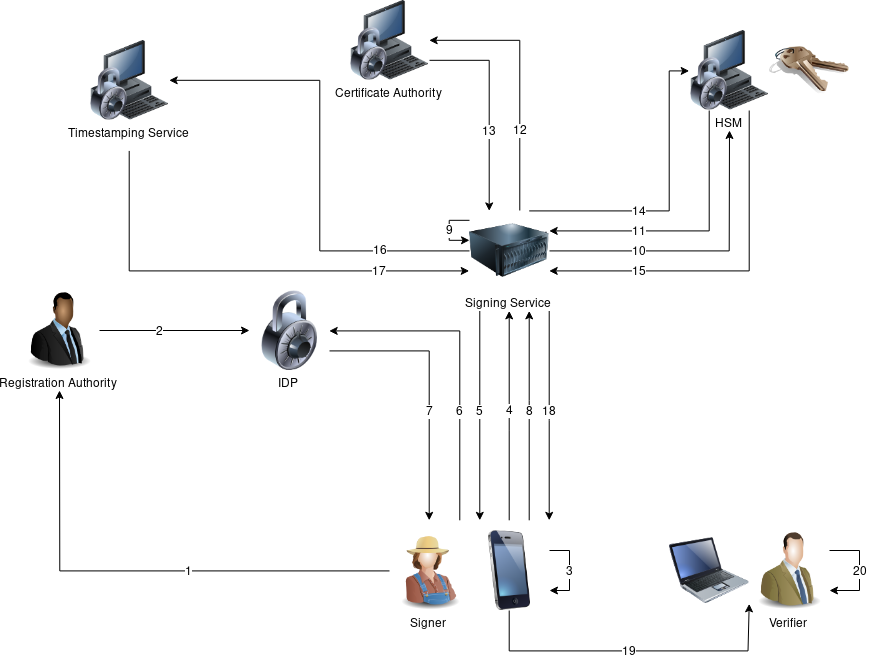
This is doc/pflichtenheft/images/BigPicture.png from izolight/thesis, a draw.io export, as it was before one commit. Source tidied: cells renumbered, new cells last; positions are measured from the earlier drawing's top-left corner, leaving out a move shared by most shapes.
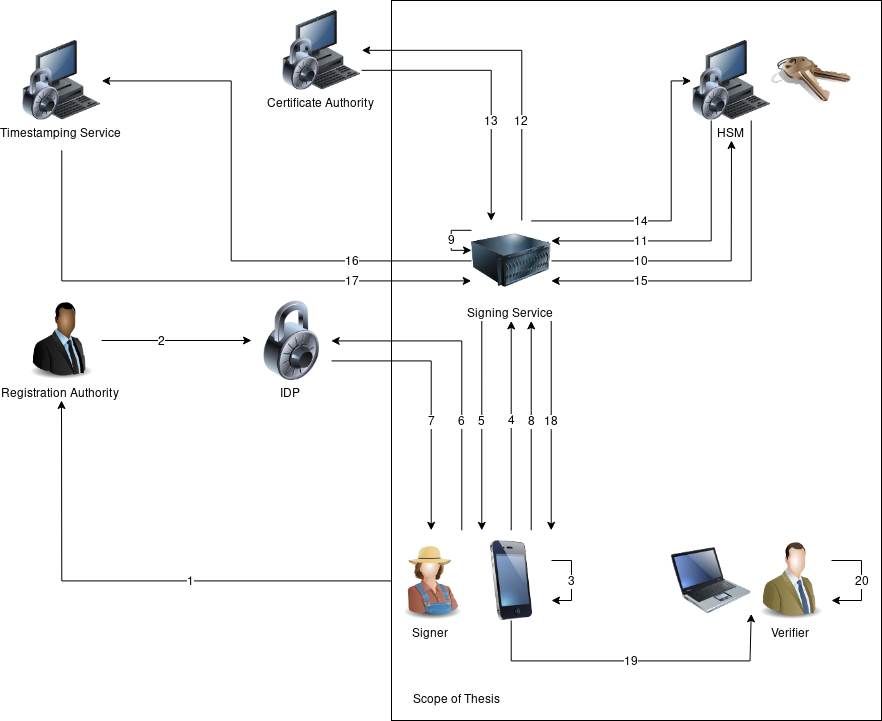
Later version of the same file.

Commit message:
update Big Picture with scope

The edit, as a diff of the source:
```diff
@@ -2,6 +2,9 @@
   <root>
     <mxCell id="0" />
     <mxCell id="1" parent="0" />
+    <mxCell id="53" style="rounded=0;whiteSpace=wrap;html=1;" parent="1" vertex="1">
+      <mxGeometry x="370" y="-10" width="490" height="720" as="geometry" />
+    </mxCell>
     <mxCell id="2" style="edgeStyle=orthogonalEdgeStyle;rounded=0;orthogonalLoop=1;jettySize=auto;html=1;" parent="1" edge="1">
       <mxGeometry relative="1" as="geometry">
         <mxPoint x="460" y="310" as="sourcePoint" />
@@ -36,7 +39,7 @@
     </mxCell>
     <mxCell id="7" value="12" style="text;html=1;align=center;verticalAlign=middle;labelBackgroundColor=#ffffff;" parent="6" vertex="1">
       <mxGeometry x="-0.02" y="1" relative="1" as="geometry">
-        <mxPoint x="1" y="48" as="offset" />
+        <mxPoint x="0.5" y="62.5" as="offset" />
       </mxGeometry>
     </mxCell>
     <mxCell id="8" style="edgeStyle=orthogonalEdgeStyle;rounded=0;jettySize=auto;html=1;exitX=0.75;exitY=0;exitDx=0;exitDy=0;entryX=0;entryY=0.5;entryDx=0;entryDy=0;" parent="1" edge="1" source="14" target="19">
@@ -53,11 +56,16 @@
       </mxGeometry>
     </mxCell>
     <mxCell id="10" style="edgeStyle=orthogonalEdgeStyle;rounded=0;jettySize=auto;html=1;entryX=1;entryY=0.5;entryDx=0;entryDy=0;" parent="1" edge="1" source="14" target="25">
-      <mxGeometry relative="1" as="geometry" />
+      <mxGeometry relative="1" as="geometry">
+        <Array as="points">
+          <mxPoint x="210" y="250" />
+          <mxPoint x="210" y="70" />
+        </Array>
+      </mxGeometry>
     </mxCell>
     <mxCell id="11" value="16" style="text;html=1;align=center;verticalAlign=middle;labelBackgroundColor=#ffffff;" parent="10" vertex="1">
       <mxGeometry x="-0.36" y="-54" relative="1" as="geometry">
-        <mxPoint x="6" as="offset" />
+        <mxPoint x="55.5" y="53.5" as="offset" />
       </mxGeometry>
     </mxCell>
     <mxCell id="12" style="edgeStyle=orthogonalEdgeStyle;rounded=0;orthogonalLoop=1;jettySize=auto;html=1;" parent="1" edge="1">
@@ -114,27 +122,28 @@
     </mxCell>
     <mxCell id="21" value="13" style="text;html=1;align=center;verticalAlign=middle;labelBackgroundColor=#ffffff;" parent="20" vertex="1">
       <mxGeometry x="0.39" y="-3" relative="1" as="geometry">
-        <mxPoint x="2.5" y="-16" as="offset" />
+        <mxPoint x="3" y="-15.5" as="offset" />
       </mxGeometry>
     </mxCell>
     <mxCell id="22" value="Certificate Authority" style="image;html=1;labelBackgroundColor=#ffffff;image=img/lib/clip_art/computers/Secure_System_128x128.png;" parent="1" vertex="1">
-      <mxGeometry x="330" width="80" height="80" as="geometry" />
+      <mxGeometry x="260" width="80" height="80" as="geometry" />
     </mxCell>
     <mxCell id="23" style="edgeStyle=orthogonalEdgeStyle;rounded=0;jettySize=auto;html=1;entryX=0;entryY=0.75;entryDx=0;entryDy=0;" parent="1" edge="1" target="14">
       <mxGeometry relative="1" as="geometry">
-        <mxPoint x="110" y="150" as="sourcePoint" />
+        <mxPoint x="40" y="140" as="sourcePoint" />
         <Array as="points">
-          <mxPoint x="110" y="270" />
+          <mxPoint x="40" y="150" />
+          <mxPoint x="40" y="270" />
         </Array>
       </mxGeometry>
     </mxCell>
     <mxCell id="24" value="17" style="text;html=1;align=center;verticalAlign=middle;labelBackgroundColor=#ffffff;" parent="23" vertex="1">
       <mxGeometry x="0.35" y="4" relative="1" as="geometry">
-        <mxPoint x="60.5" y="4" as="offset" />
+        <mxPoint x="57" y="3.5" as="offset" />
       </mxGeometry>
     </mxCell>
     <mxCell id="25" value="Timestamping Service" style="image;html=1;labelBackgroundColor=#ffffff;image=img/lib/clip_art/computers/Secure_System_128x128.png;" parent="1" vertex="1">
-      <mxGeometry x="70" y="40" width="80" height="80" as="geometry" />
+      <mxGeometry y="30" width="80" height="80" as="geometry" />
     </mxCell>
     <mxCell id="26" style="edgeStyle=orthogonalEdgeStyle;rounded=0;jettySize=auto;html=1;" parent="1" edge="1" source="28" target="45">
       <mxGeometry relative="1" as="geometry" />
@@ -281,5 +290,8 @@
         <mxPoint x="13.5" y="11" as="offset" />
       </mxGeometry>
     </mxCell>
+    <mxCell id="54" value="Scope of Thesis" style="text;html=1;align=left;verticalAlign=top;spacingTop=-4;" parent="1" vertex="1">
+      <mxGeometry x="390" y="680" width="100" height="20" as="geometry" />
+    </mxCell>
   </root>
 </mxGraphModel>
```
